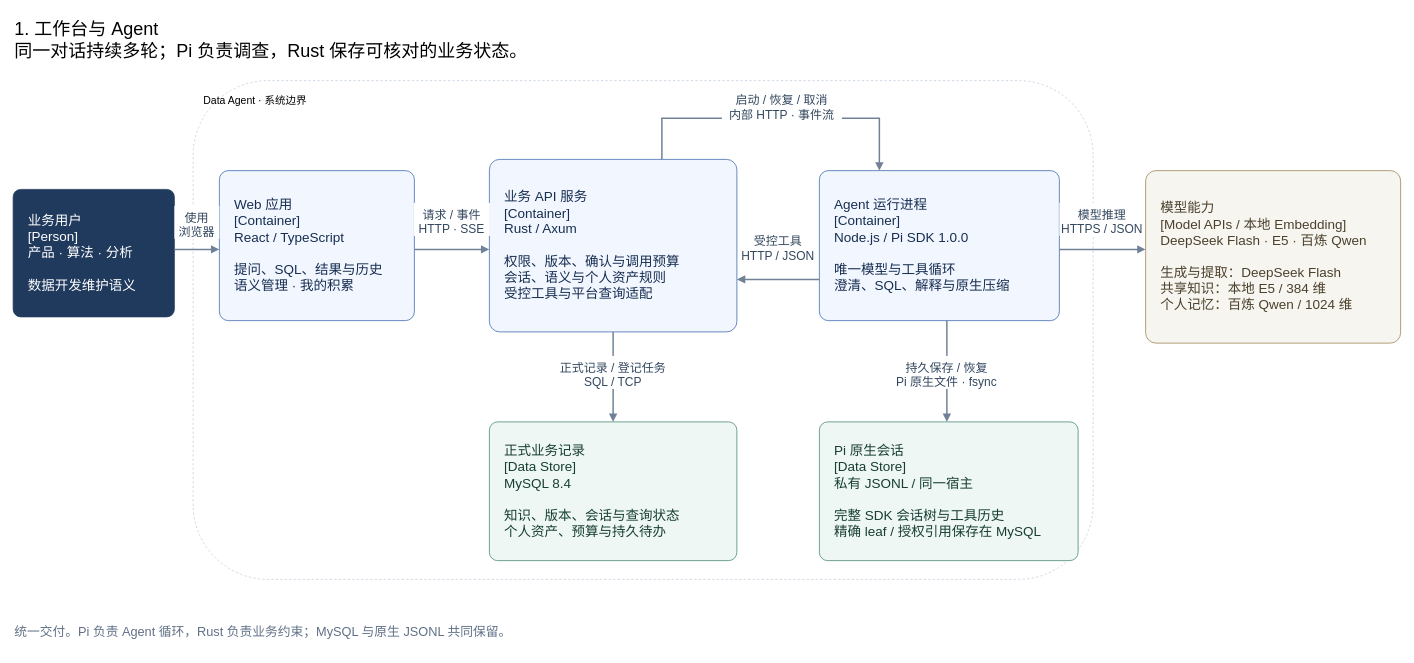
Before: page "工作台与 Agent" (2 of 4) of docs/architecture/data-agent-c4-container.drawio in yaoziyaoguai/data_agent, a draw.io diagram. Source tidied: cells renumbered, new cells numbered last; positions are measured from the earlier drawing's top-left corner, leaving out a move shared by most shapes. Both pictures are drawn from the tidied source at 75%, with x=0, y=0 at pixel (13, 13).
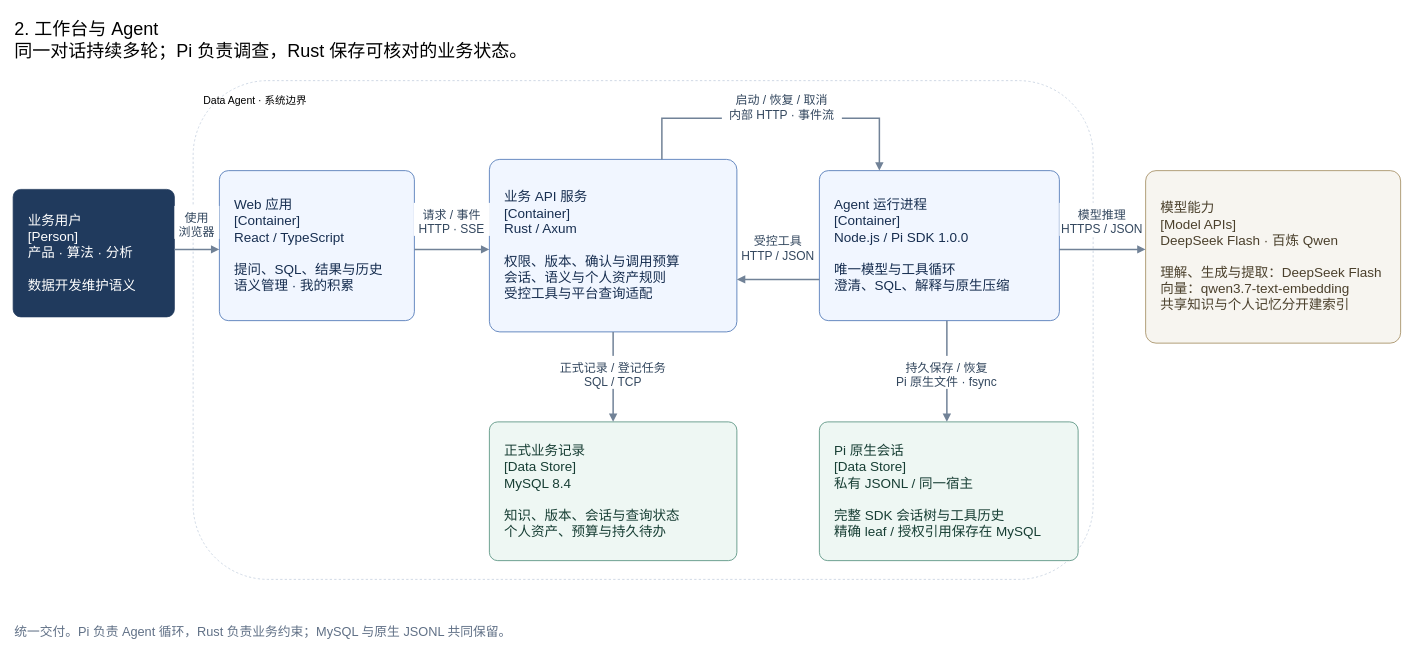
After the change.

The edit, as a diff of the source:
```diff
@@
-    <mxCell id="2" value="1. 工作台与 Agent&#10;同一对话持续多轮；Pi 负责调查，Rust 保存可核对的业务状态。" style="text;html=0;align=left;fontSize=24;fontFamily=PingFang SC;" parent="1" vertex="1">
+    <mxCell id="2" value="2. 工作台与 Agent&#10;同一对话持续多轮；Pi 负责调查，Rust 保存可核对的业务状态。" style="text;html=0;align=left;fontSize=24;fontFamily=PingFang SC;" parent="1" vertex="1">
       <mxGeometry width="1750" height="70" as="geometry" />
     </mxCell>
@@
-    <mxCell id="8" value="模型能力&#10;[Model APIs / 本地 Embedding]&#10;DeepSeek Flash · E5 · 百炼 Qwen&#10;&#10;生成与提取：DeepSeek Flash&#10;共享知识：本地 E5 / 384 维&#10;个人记忆：百炼 Qwen / 1024 维" style="rounded=1;arcSize=6;whiteSpace=wrap;html=0;fillColor=#f7f5f0;strokeColor=#9a8050;fontColor=#4b402c;fontSize=18;fontFamily=PingFang SC;align=left;spacing=20;" parent="1" vertex="1">
+    <mxCell id="8" value="模型能力&#10;[Model APIs]&#10;DeepSeek Flash · 百炼 Qwen&#10;&#10;理解、生成与提取：DeepSeek Flash&#10;向量：qwen3.7-text-embedding&#10;共享知识与个人记忆分开建索引" style="rounded=1;arcSize=6;whiteSpace=wrap;html=0;fillColor=#f7f5f0;strokeColor=#9a8050;fontColor=#4b402c;fontSize=18;fontFamily=PingFang SC;align=left;spacing=20;" parent="1" vertex="1">
       <mxGeometry x="1510" y="210" width="340" height="230" as="geometry" />
     </mxCell>
```
